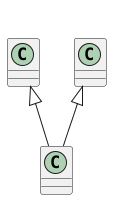
Before: src/_04-classes/08-multiple-inheritance/diagrams/topic_08.png, a diagram exported from PlantUML (tborzyszkowski/python-programming). The source it was exported from:
```plantuml
@startuml
skinparam classAttributeIconSize 0
        title 08 - Dziedziczenie wielokrotne i MRO
        class LoggerMixin
class TimestampMixin
class Event
LoggerMixin <|-- Event
TimestampMixin <|-- Event
@enduml
```
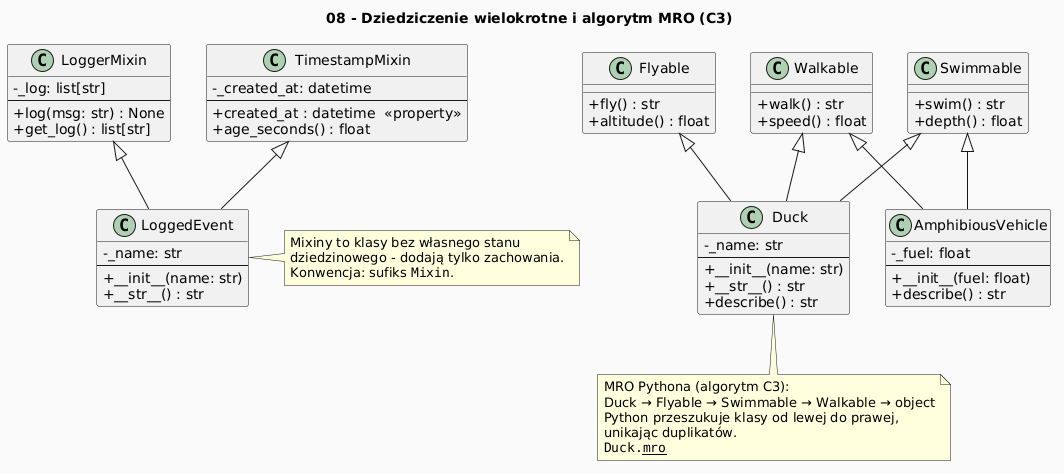
After the change.

Diff of the diagram source:
```diff
@@ -1,9 +1,78 @@
 @startuml
 skinparam classAttributeIconSize 0
-        title 08 - Dziedziczenie wielokrotne i MRO
-        class LoggerMixin
-class TimestampMixin
-class Event
-LoggerMixin <|-- Event
-TimestampMixin <|-- Event
+skinparam backgroundColor #FAFAFA
+title 08 - Dziedziczenie wielokrotne i algorytm MRO (C3)
+
+class Flyable {
+  + fly() : str
+  + altitude() : float
+}
+
+class Swimmable {
+  + swim() : str
+  + depth() : float
+}
+
+class Walkable {
+  + walk() : str
+  + speed() : float
+}
+
+class LoggerMixin {
+  - _log: list[str]
+  --
+  + log(msg: str) : None
+  + get_log() : list[str]
+}
+
+class TimestampMixin {
+  - _created_at: datetime
+  --
+  + created_at : datetime  <<property>>
+  + age_seconds() : float
+}
+
+class Duck {
+  - _name: str
+  --
+  + __init__(name: str)
+  + __str__() : str
+  + describe() : str
+}
+
+class AmphibiousVehicle {
+  - _fuel: float
+  --
+  + __init__(fuel: float)
+  + describe() : str
+}
+
+class LoggedEvent {
+  - _name: str
+  --
+  + __init__(name: str)
+  + __str__() : str
+}
+
+Flyable    <|-- Duck
+Swimmable  <|-- Duck
+Walkable   <|-- Duck
+Swimmable  <|-- AmphibiousVehicle
+Walkable   <|-- AmphibiousVehicle
+LoggerMixin    <|-- LoggedEvent
+TimestampMixin <|-- LoggedEvent
+
+note bottom of Duck
+  MRO Pythona (algorytm C3):
+  Duck → Flyable → Swimmable → Walkable → object
+  Python przeszukuje klasy od lewej do prawej,
+  unikając duplikatów.
+  ""Duck.__mro__""
+end note
+
+note right of LoggedEvent
+  Mixiny to klasy bez własnego stanu
+  dziedzinowego - dodają tylko zachowania.
+  Konwencja: sufiks ""Mixin"".
+end note
 @enduml
```
